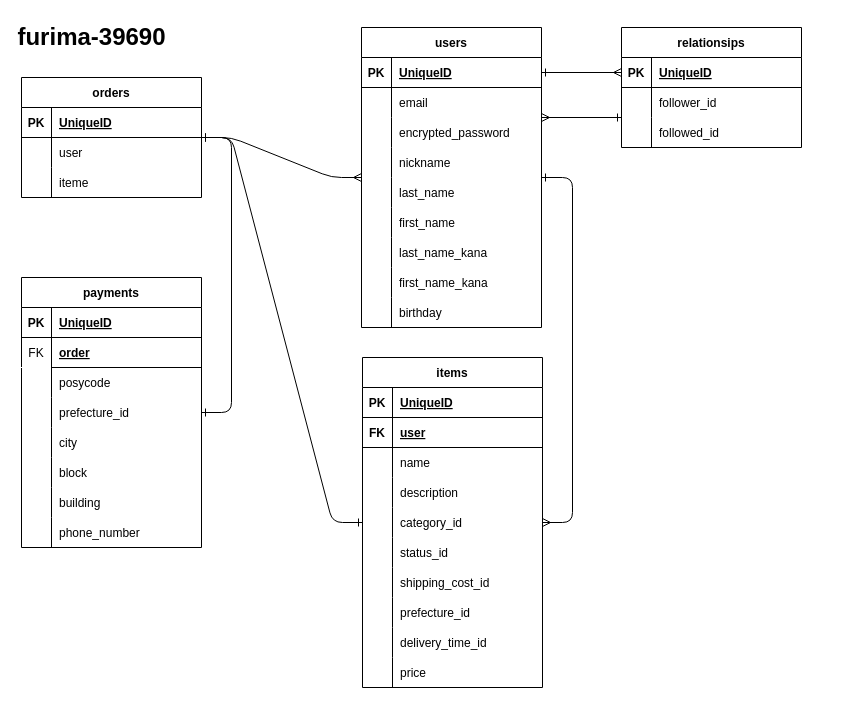
This is .drawio from forumforum/furima-39690, a draw.io file, before an edit. Source tidied: cells renumbered, new cells numbered last; positions are measured from the earlier drawing's top-left corner, leaving out a move shared by most shapes. Both pictures are drawn from the tidied source at 100%, with x=0, y=0 at pixel (21, 17).
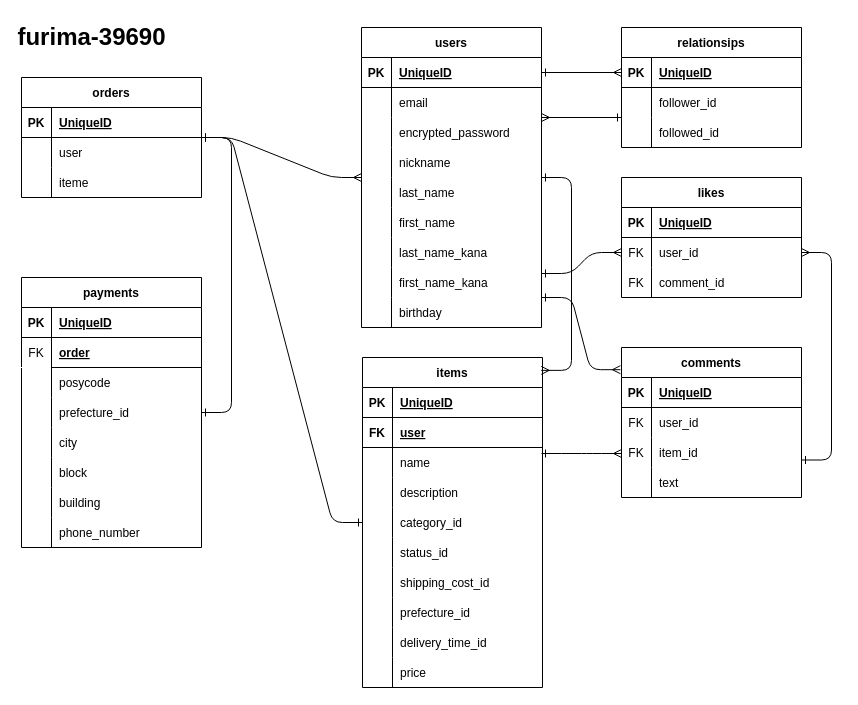
The same page after the edit.

The change refers to these unchanged cells:
```xml
<mxCell id="3" value="users" style="shape=table;startSize=30;childLayout=tableLayout;rowLines=0;fontStyle=1;align=center;" parent="1" vertex="1">
  <mxGeometry x="340" y="10" width="180" height="300" as="geometry" />
</mxCell>
<mxCell id="31" value="items" style="shape=table;startSize=30;childLayout=tableLayout;rowLines=0;fontStyle=1;align=center;" parent="1" vertex="1">
  <mxGeometry x="341" y="340" width="180" height="330" as="geometry" />
</mxCell>
```

Diff of the diagram source:
```diff
@@
-    <mxCell id="99" style="edgeStyle=entityRelationEdgeStyle;fontSize=12;html=1;endArrow=ERmany;endFill=0;startArrow=ERone;startFill=0;" parent="1" edge="1" source="3" target="31">
+    <mxCell id="99" style="edgeStyle=entityRelationEdgeStyle;fontSize=12;html=1;endArrow=ERmany;endFill=0;startArrow=ERone;startFill=0;entryX=0.993;entryY=0.039;entryDx=0;entryDy=0;entryPerimeter=0;" parent="1" edge="1" source="3" target="31">
       <mxGeometry relative="1" as="geometry" />
     </mxCell>
@@
+    <mxCell id="113" value="likes" style="shape=table;startSize=30;childLayout=tableLayout;rowLines=0;fontStyle=1;align=center;" parent="1" vertex="1">
+      <mxGeometry x="600" y="160" width="180" height="120" as="geometry" />
+    </mxCell>
+    <mxCell id="114" style="shape=tableRow;horizontal=0;startSize=0;swimlaneHead=0;swimlaneBody=0;fillColor=none;top=0;left=0;right=0;bottom=1;" parent="113" vertex="1">
+      <mxGeometry y="30" width="180" height="30" as="geometry" />
+    </mxCell>
+    <mxCell id="115" value="PK" style="shape=partialRectangle;fillColor=none;top=0;left=0;bottom=0;right=0;fontStyle=1;overflow=hidden;" parent="114" vertex="1">
+      <mxGeometry width="30" height="30" as="geometry" />
+    </mxCell>
+    <mxCell id="116" value="UniqueID" style="shape=partialRectangle;fillColor=none;top=0;left=0;bottom=0;right=0;align=left;spacingLeft=6;fontStyle=5;overflow=hidden;" parent="114" vertex="1">
+      <mxGeometry x="30" width="150" height="30" as="geometry" />
+    </mxCell>
+    <mxCell id="117" style="shape=tableRow;horizontal=0;startSize=0;swimlaneHead=0;swimlaneBody=0;fillColor=none;points=[[0,0.5],[1,0.5]];portConstraint=eastwest;top=0;left=0;right=0;bottom=0;" parent="113" vertex="1">
+      <mxGeometry y="60" width="180" height="30" as="geometry" />
+    </mxCell>
+    <mxCell id="118" value="FK" style="shape=partialRectangle;fillColor=none;top=0;left=0;bottom=0;right=0;overflow=hidden;" parent="117" vertex="1">
+      <mxGeometry width="30" height="30" as="geometry" />
+    </mxCell>
+    <mxCell id="119" value="user_id" style="shape=partialRectangle;fillColor=none;top=0;left=0;bottom=0;right=0;align=left;spacingLeft=6;overflow=hidden;" parent="117" vertex="1">
+      <mxGeometry x="30" width="150" height="30" as="geometry" />
+    </mxCell>
+    <mxCell id="120" style="shape=tableRow;horizontal=0;startSize=0;swimlaneHead=0;swimlaneBody=0;fillColor=none;top=0;left=0;right=0;bottom=0;" parent="113" vertex="1">
+      <mxGeometry y="90" width="180" height="30" as="geometry" />
+    </mxCell>
+    <mxCell id="121" value="FK" style="shape=partialRectangle;fillColor=none;top=0;left=0;bottom=0;right=0;overflow=hidden;" parent="120" vertex="1">
+      <mxGeometry width="30" height="30" as="geometry" />
+    </mxCell>
+    <mxCell id="122" value="comment_id" style="shape=partialRectangle;fillColor=none;top=0;left=0;bottom=0;right=0;align=left;spacingLeft=6;overflow=hidden;" parent="120" vertex="1">
+      <mxGeometry x="30" width="150" height="30" as="geometry" />
+    </mxCell>
+    <mxCell id="123" value="comments" style="shape=table;startSize=30;childLayout=tableLayout;rowLines=0;fontStyle=1;align=center;" parent="1" vertex="1">
+      <mxGeometry x="600" y="330" width="180" height="150" as="geometry" />
+    </mxCell>
+    <mxCell id="124" style="shape=tableRow;horizontal=0;startSize=0;swimlaneHead=0;swimlaneBody=0;fillColor=none;points=[[0,0.5],[1,0.5]];portConstraint=eastwest;top=0;left=0;right=0;bottom=1;" parent="123" vertex="1">
+      <mxGeometry y="30" width="180" height="30" as="geometry" />
+    </mxCell>
+    <mxCell id="125" value="PK" style="shape=partialRectangle;fillColor=none;top=0;left=0;bottom=0;right=0;fontStyle=1;overflow=hidden;" parent="124" vertex="1">
+      <mxGeometry width="30" height="30" as="geometry" />
+    </mxCell>
+    <mxCell id="126" value="UniqueID" style="shape=partialRectangle;fillColor=none;top=0;left=0;bottom=0;right=0;align=left;spacingLeft=6;fontStyle=5;overflow=hidden;" parent="124" vertex="1">
+      <mxGeometry x="30" width="150" height="30" as="geometry" />
+    </mxCell>
+    <mxCell id="127" style="shape=tableRow;horizontal=0;startSize=0;swimlaneHead=0;swimlaneBody=0;fillColor=none;top=0;left=0;right=0;bottom=0;" parent="123" vertex="1">
+      <mxGeometry y="60" width="180" height="30" as="geometry" />
+    </mxCell>
+    <mxCell id="128" value="FK" style="shape=partialRectangle;fillColor=none;top=0;left=0;bottom=0;right=0;overflow=hidden;" parent="127" vertex="1">
+      <mxGeometry width="30" height="30" as="geometry" />
+    </mxCell>
+    <mxCell id="129" value="user_id" style="shape=partialRectangle;fillColor=none;top=0;left=0;bottom=0;right=0;align=left;spacingLeft=6;overflow=hidden;" parent="127" vertex="1">
+      <mxGeometry x="30" width="150" height="30" as="geometry" />
+    </mxCell>
+    <mxCell id="130" style="shape=tableRow;horizontal=0;startSize=0;swimlaneHead=0;swimlaneBody=0;fillColor=none;top=0;left=0;right=0;bottom=0;" parent="123" vertex="1">
+      <mxGeometry y="90" width="180" height="30" as="geometry" />
+    </mxCell>
+    <mxCell id="131" value="FK" style="shape=partialRectangle;fillColor=none;top=0;left=0;bottom=0;right=0;overflow=hidden;" parent="130" vertex="1">
+      <mxGeometry width="30" height="30" as="geometry" />
+    </mxCell>
+    <mxCell id="132" value="item_id" style="shape=partialRectangle;fillColor=none;top=0;left=0;bottom=0;right=0;align=left;spacingLeft=6;overflow=hidden;" parent="130" vertex="1">
+      <mxGeometry x="30" width="150" height="30" as="geometry" />
+    </mxCell>
+    <mxCell id="133" style="shape=tableRow;horizontal=0;startSize=0;swimlaneHead=0;swimlaneBody=0;fillColor=none;top=0;left=0;right=0;bottom=0;" parent="123" vertex="1">
+      <mxGeometry y="120" width="180" height="30" as="geometry" />
+    </mxCell>
+    <mxCell id="134" style="shape=partialRectangle;fillColor=none;top=0;left=0;bottom=0;right=0;overflow=hidden;" parent="133" vertex="1">
+      <mxGeometry width="30" height="30" as="geometry" />
+    </mxCell>
+    <mxCell id="135" value="text" style="shape=partialRectangle;fillColor=none;top=0;left=0;bottom=0;right=0;align=left;spacingLeft=6;overflow=hidden;" parent="133" vertex="1">
+      <mxGeometry x="30" width="150" height="30" as="geometry" />
+    </mxCell>
+    <mxCell id="136" style="edgeStyle=entityRelationEdgeStyle;fontSize=12;html=1;endArrow=ERmany;endFill=0;startArrow=ERone;startFill=0;entryX=1;entryY=0.5;entryDx=0;entryDy=0;exitX=1;exitY=0.75;exitDx=0;exitDy=0;" parent="1" edge="1" source="123" target="117">
+      <mxGeometry relative="1" as="geometry" />
+    </mxCell>
+    <mxCell id="137" style="edgeStyle=entityRelationEdgeStyle;fontSize=12;html=1;endArrow=ERmany;endFill=0;startArrow=ERone;startFill=0;entryX=0;entryY=0.5;entryDx=0;entryDy=0;" parent="1" edge="1" target="117">
+      <mxGeometry relative="1" as="geometry">
+        <mxPoint x="520" y="256" as="sourcePoint" />
+      </mxGeometry>
+    </mxCell>
+    <mxCell id="138" style="edgeStyle=entityRelationEdgeStyle;fontSize=12;html=1;endArrow=ERmany;endFill=0;startArrow=ERone;startFill=0;entryX=-0.006;entryY=-0.26;entryDx=0;entryDy=0;entryPerimeter=0;" parent="1" edge="1" target="124">
+      <mxGeometry relative="1" as="geometry">
+        <mxPoint x="520" y="280" as="sourcePoint" />
+      </mxGeometry>
+    </mxCell>
+    <mxCell id="139" style="edgeStyle=entityRelationEdgeStyle;fontSize=12;html=1;endArrow=ERmany;endFill=0;startArrow=ERone;startFill=0;" parent="1" edge="1">
+      <mxGeometry relative="1" as="geometry">
+        <mxPoint x="520" y="436" as="sourcePoint" />
+        <mxPoint x="600" y="436" as="targetPoint" />
+      </mxGeometry>
+    </mxCell>
```
